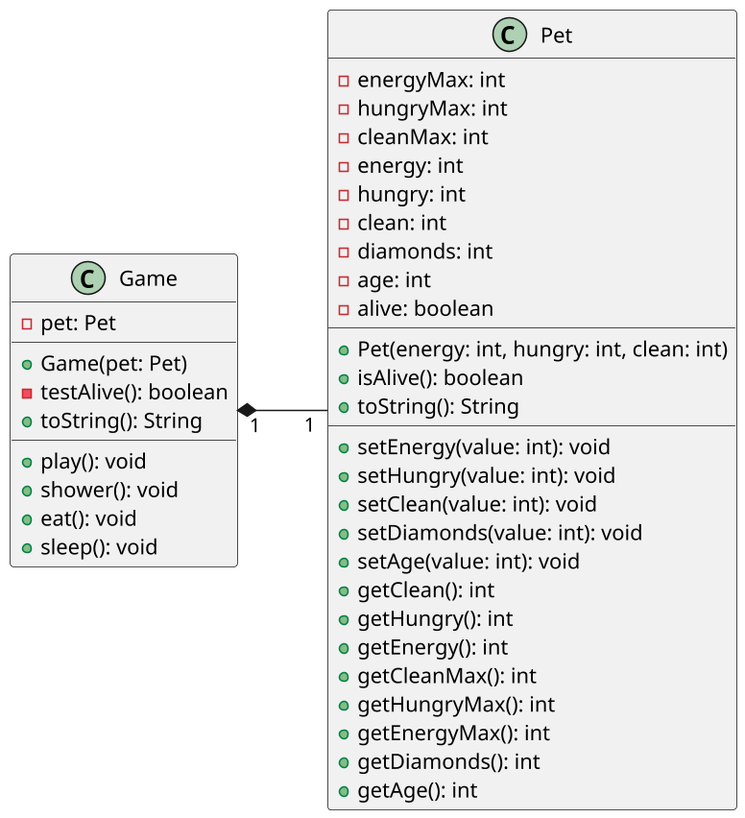
Before: base/tamagotchi/diagrama.png, a diagram exported from PlantUML (qxcodepoo/arcade).
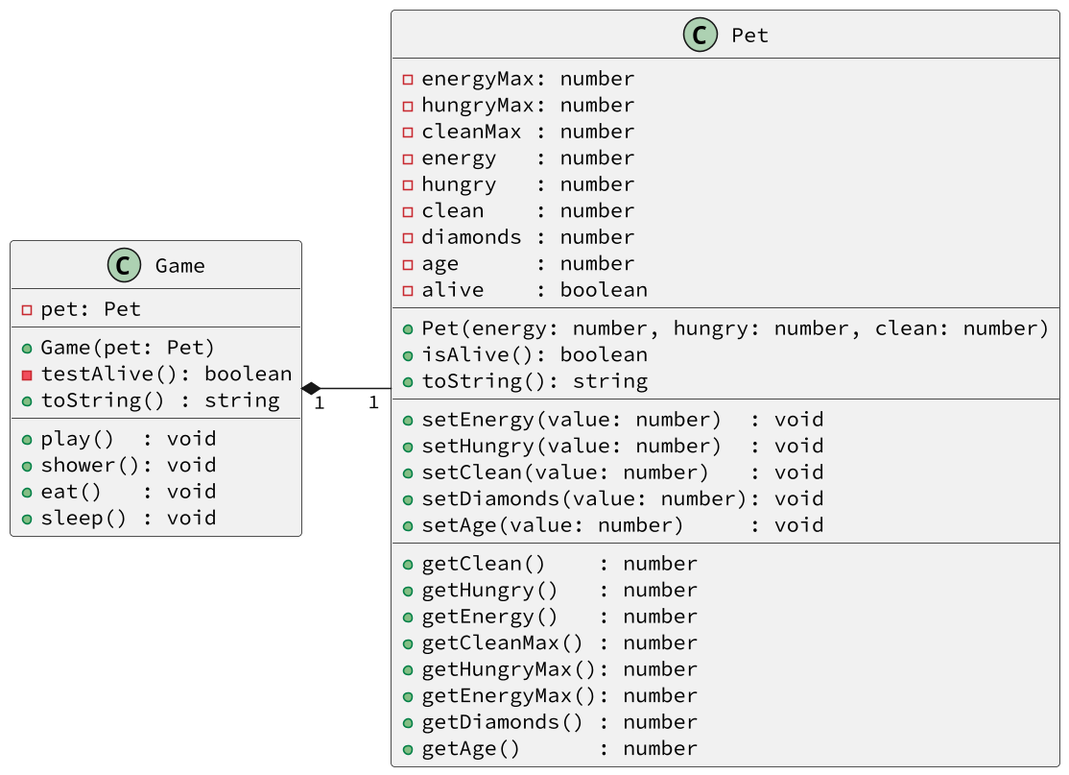
Later version of the same file.

The edit, as a diff of the source:
```diff
@@ -1,53 +1,48 @@
 @startuml
-
-skinparam defaultFontName Hasklig
+skinparam defaultFontName "Source Code Pro"
 skinparam dpi 150
-
 left to right direction
-
 class Pet {
-    - energyMax: int
-    - hungryMax: int
-    - cleanMax: int
-    - energy: int
-    - hungry: int
-    - clean: int
-    - diamonds: int
-    - age: int
-    - alive: boolean
+    - energyMax: number
+    - hungryMax: number
+    - cleanMax : number
+    - energy   : number
+    - hungry   : number
+    - clean    : number
+    - diamonds : number
+    - age      : number
+    - alive    : boolean
     __
-    + Pet(energy: int, hungry: int, clean: int)
+    + Pet(energy: number, hungry: number, clean: number)
     + isAlive(): boolean
-    + toString(): String
+    + toString(): string
     __
-    + setEnergy(value: int): void
-    + setHungry(value: int): void
-    + setClean(value: int): void
-    + setDiamonds(value: int): void
-    + setAge(value: int): void
-    + getClean(): int
-    + getHungry(): int
-    + getEnergy(): int
-    + getCleanMax(): int
-    + getHungryMax(): int
-    + getEnergyMax(): int
-    + getDiamonds(): int
-    + getAge(): int
+    + setEnergy(value: number)  : void
+    + setHungry(value: number)  : void
+    + setClean(value: number)   : void
+    + setDiamonds(value: number): void
+    + setAge(value: number)     : void
+    __
+    + getClean()    : number
+    + getHungry()   : number
+    + getEnergy()   : number
+    + getCleanMax() : number
+    + getHungryMax(): number
+    + getEnergyMax(): number
+    + getDiamonds() : number
+    + getAge()      : number
 }
-
 class Game {
     - pet: Pet
     __
     + Game(pet: Pet)
     - testAlive(): boolean
-    + toString(): String
+    + toString() : string
     __
-    + play(): void
+    + play()  : void
     + shower(): void
-    + eat(): void
-    + sleep(): void
+    + eat()   : void
+    + sleep() : void
 }
-
 Game "1" *-- "1" Pet
-
 @enduml
```
